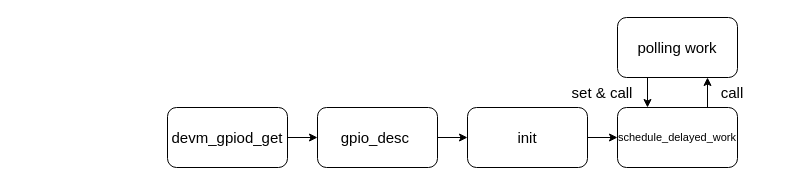
This is driver/ADC-driver/gpio-handle driver.drawio from OuO333333/jserv-linux-kernel-internals-study, a draw.io file, before an edit. Source tidied: cells renumbered, new cells numbered last; positions are measured from the earlier drawing's top-left corner, leaving out a move shared by most shapes. Both pictures are drawn from the tidied source at 100%, with x=0, y=0 at pixel (167, 17).
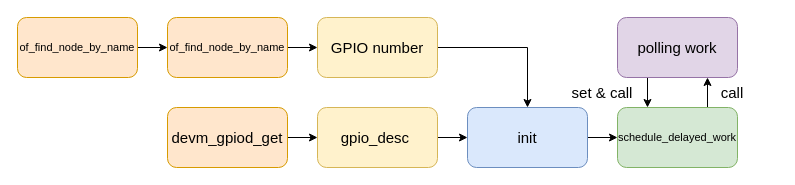
The same page after the edit.

Diff of the diagram source:
```diff
@@
 <mxGraphModel>
   <root>
     <mxCell id="0" />
     <mxCell id="1" parent="0" />
     <mxCell id="2" style="edgeStyle=orthogonalEdgeStyle;rounded=0;jettySize=auto;html=1;exitX=1;exitY=0.5;exitDx=0;exitDy=0;entryX=0;entryY=0.5;entryDx=0;entryDy=0;" parent="1" edge="1" source="3" target="7">
       <mxGeometry relative="1" as="geometry" />
     </mxCell>
-    <mxCell id="3" value="&lt;font style=&quot;font-size: 15px;&quot;&gt;gpio_desc&amp;nbsp;&lt;/font&gt;" style="rounded=1;whiteSpace=wrap;html=1;" parent="1" vertex="1">
+    <mxCell id="3" value="&lt;font style=&quot;font-size: 15px;&quot;&gt;gpio_desc&amp;nbsp;&lt;/font&gt;" style="rounded=1;whiteSpace=wrap;html=1;fillColor=#fff2cc;strokeColor=#d6b656;" parent="1" vertex="1">
       <mxGeometry x="150" y="90" width="120" height="60" as="geometry" />
     </mxCell>
     <mxCell id="4" style="edgeStyle=orthogonalEdgeStyle;rounded=0;jettySize=auto;html=1;exitX=1;exitY=0.5;exitDx=0;exitDy=0;entryX=0;entryY=0.5;entryDx=0;entryDy=0;" parent="1" edge="1" source="5" target="3">
       <mxGeometry relative="1" as="geometry" />
     </mxCell>
-    <mxCell id="5" value="&lt;font style=&quot;font-size: 15px;&quot;&gt;devm_gpiod_get&lt;/font&gt;" style="rounded=1;whiteSpace=wrap;html=1;" parent="1" vertex="1">
+    <mxCell id="5" value="&lt;font style=&quot;font-size: 15px;&quot;&gt;devm_gpiod_get&lt;/font&gt;" style="rounded=1;whiteSpace=wrap;html=1;fillColor=#ffe6cc;strokeColor=#d79b00;" parent="1" vertex="1">
       <mxGeometry y="90" width="120" height="60" as="geometry" />
     </mxCell>
     <mxCell id="6" style="edgeStyle=orthogonalEdgeStyle;rounded=0;jettySize=auto;html=1;exitX=1;exitY=0.5;exitDx=0;exitDy=0;entryX=0;entryY=0.5;entryDx=0;entryDy=0;" parent="1" edge="1" source="7" target="9">
       <mxGeometry relative="1" as="geometry" />
     </mxCell>
-    <mxCell id="7" value="&lt;span style=&quot;font-size: 15px;&quot;&gt;init&lt;/span&gt;" style="rounded=1;whiteSpace=wrap;html=1;" parent="1" vertex="1">
+    <mxCell id="7" value="&lt;span style=&quot;font-size: 15px;&quot;&gt;init&lt;/span&gt;" style="rounded=1;whiteSpace=wrap;html=1;fillColor=#dae8fc;strokeColor=#6c8ebf;" parent="1" vertex="1">
       <mxGeometry x="300" y="90" width="120" height="60" as="geometry" />
     </mxCell>
     <mxCell id="8" style="edgeStyle=orthogonalEdgeStyle;rounded=0;jettySize=auto;html=1;exitX=0.75;exitY=0;exitDx=0;exitDy=0;entryX=0.75;entryY=1;entryDx=0;entryDy=0;" parent="1" edge="1" source="9" target="11">
       <mxGeometry relative="1" as="geometry" />
     </mxCell>
-    <mxCell id="9" value="&lt;font style=&quot;font-size: 11px;&quot;&gt;schedule_delayed_work&lt;/font&gt;" style="rounded=1;whiteSpace=wrap;html=1;" parent="1" vertex="1">
+    <mxCell id="9" value="&lt;font style=&quot;font-size: 11px;&quot;&gt;schedule_delayed_work&lt;/font&gt;" style="rounded=1;whiteSpace=wrap;html=1;fillColor=#d5e8d4;strokeColor=#82b366;" parent="1" vertex="1">
       <mxGeometry x="450" y="90" width="120" height="60" as="geometry" />
     </mxCell>
     <mxCell id="10" style="edgeStyle=orthogonalEdgeStyle;rounded=0;jettySize=auto;html=1;exitX=0.25;exitY=1;exitDx=0;exitDy=0;entryX=0.25;entryY=0;entryDx=0;entryDy=0;" parent="1" edge="1" source="11" target="9">
       <mxGeometry relative="1" as="geometry" />
     </mxCell>
-    <mxCell id="11" value="&lt;span style=&quot;font-size: 15px;&quot;&gt;polling work&lt;/span&gt;" style="rounded=1;whiteSpace=wrap;html=1;" parent="1" vertex="1">
+    <mxCell id="11" value="&lt;span style=&quot;font-size: 15px;&quot;&gt;polling work&lt;/span&gt;" style="rounded=1;whiteSpace=wrap;html=1;fillColor=#e1d5e7;strokeColor=#9673a6;" parent="1" vertex="1">
       <mxGeometry x="450" width="120" height="60" as="geometry" />
     </mxCell>
     <mxCell id="12" value="&lt;font style=&quot;font-size: 15px;&quot;&gt;set &amp;amp; call&lt;/font&gt;" style="text;html=1;align=center;verticalAlign=middle;whiteSpace=wrap;rounded=0;" parent="1" vertex="1">
       <mxGeometry x="390" y="60" width="90" height="30" as="geometry" />
     </mxCell>
     <mxCell id="13" value="&lt;font style=&quot;font-size: 15px;&quot;&gt;call&lt;/font&gt;" style="text;html=1;align=center;verticalAlign=middle;whiteSpace=wrap;rounded=0;" parent="1" vertex="1">
       <mxGeometry x="520" y="60" width="90" height="30" as="geometry" />
     </mxCell>
+    <mxCell id="14" style="edgeStyle=orthogonalEdgeStyle;rounded=0;jettySize=auto;html=1;exitX=1;exitY=0.5;exitDx=0;exitDy=0;entryX=0;entryY=0.5;entryDx=0;entryDy=0;" parent="1" edge="1" source="15" target="17">
+      <mxGeometry relative="1" as="geometry" />
+    </mxCell>
+    <mxCell id="15" value="&lt;font style=&quot;font-size: 11px;&quot;&gt;of_find_node_by_name&lt;/font&gt;" style="rounded=1;whiteSpace=wrap;html=1;fillColor=#ffe6cc;strokeColor=#d79b00;" parent="1" vertex="1">
+      <mxGeometry x="-150" width="120" height="60" as="geometry" />
+    </mxCell>
+    <mxCell id="16" style="edgeStyle=orthogonalEdgeStyle;rounded=0;jettySize=auto;html=1;exitX=1;exitY=0.5;exitDx=0;exitDy=0;entryX=0;entryY=0.5;entryDx=0;entryDy=0;" parent="1" edge="1" source="17" target="19">
+      <mxGeometry relative="1" as="geometry" />
+    </mxCell>
+    <mxCell id="17" value="&lt;font style=&quot;font-size: 11px;&quot;&gt;of_find_node_by_name&lt;/font&gt;" style="rounded=1;whiteSpace=wrap;html=1;fillColor=#ffe6cc;strokeColor=#d79b00;" parent="1" vertex="1">
+      <mxGeometry width="120" height="60" as="geometry" />
+    </mxCell>
+    <mxCell id="18" style="edgeStyle=orthogonalEdgeStyle;rounded=0;jettySize=auto;html=1;exitX=1;exitY=0.5;exitDx=0;exitDy=0;entryX=0.5;entryY=0;entryDx=0;entryDy=0;" parent="1" edge="1" source="19" target="7">
+      <mxGeometry relative="1" as="geometry" />
+    </mxCell>
+    <mxCell id="19" value="&lt;font style=&quot;font-size: 15px;&quot;&gt;GPIO number&lt;/font&gt;" style="rounded=1;whiteSpace=wrap;html=1;fillColor=#fff2cc;strokeColor=#d6b656;" parent="1" vertex="1">
+      <mxGeometry x="150" width="120" height="60" as="geometry" />
+    </mxCell>
   </root>
 </mxGraphModel>
```
